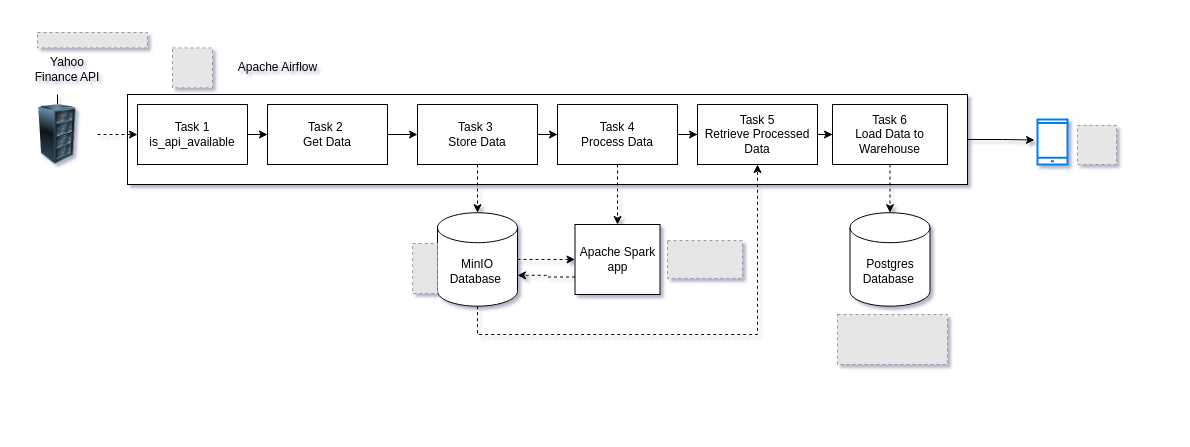
This is drawio/Project.drawio from ashishjadhav/airflow-etl, a draw.io file, before an edit. Source tidied: cells renumbered, new cells numbered last; positions are measured from the earlier drawing's top-left corner, leaving out a move shared by most shapes. Both pictures are drawn from the tidied source at 100%, with x=0, y=0 at pixel (17, 32). Pictures stored in the file or linked from it are replaced by grey dashed boxes.
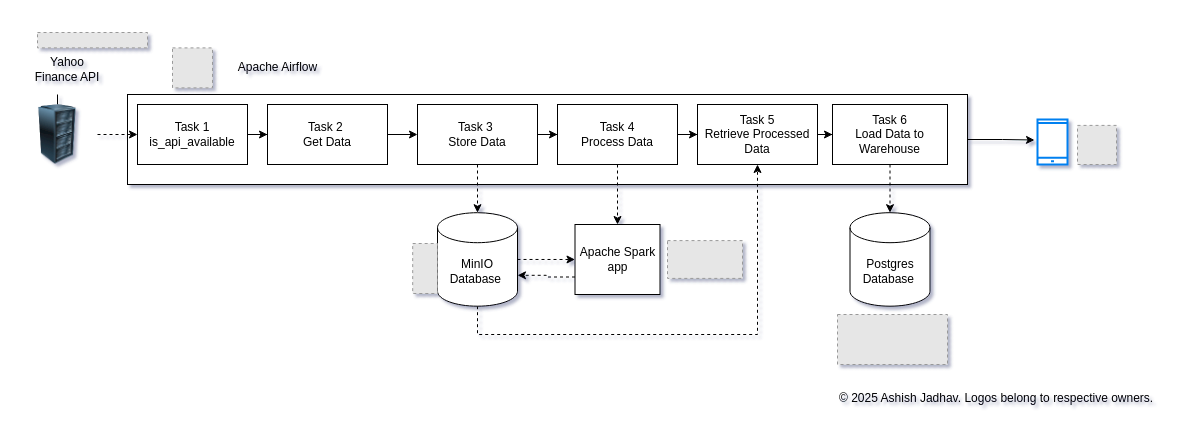
The same page after the edit.

What changed in the source:
```diff
@@
+    <mxCell id="37" value="© &lt;span class=&quot;s1&quot;&gt;2025&lt;/span&gt; Ashish Jadhav. Logos belong to respective owners." style="text;whiteSpace=wrap;html=1;" parent="1" vertex="1">
+      <mxGeometry x="820" y="352" width="330" height="40" as="geometry" />
+    </mxCell>
```
